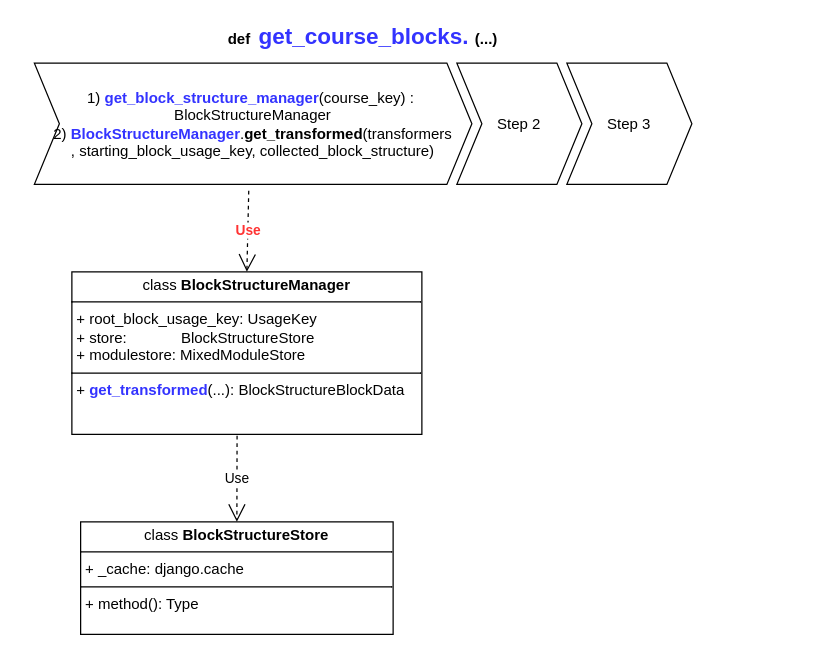
This is page "Course Blocks APIs" (2 of 2) of UMLs/LT-PlatformUML.drawio from 3BodyProblem/lt-maintenance, a draw.io file, before an edit. Source tidied: cells renumbered, new cells numbered last; positions are measured from the earlier drawing's top-left corner, leaving out a move shared by most shapes. Both pictures are drawn from the tidied source at 125%, with x=0, y=0 at pixel (21, 21).
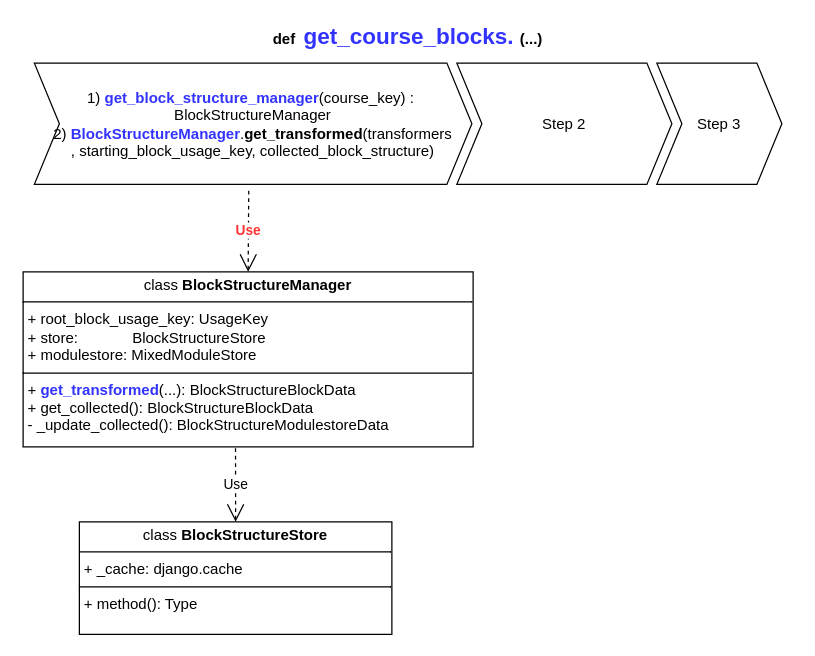
The same diagram, later.

The edit, as a diff of the source:
```diff
@@
 <mxGraphModel>
   <root>
     <mxCell id="0" />
     <mxCell id="1" parent="0" />
     <mxCell id="2" value="def&amp;nbsp;&amp;nbsp;&lt;font style=&quot;font-size: 18px;&quot; color=&quot;#3333ff&quot;&gt;get_course_blocks.&amp;nbsp;&lt;/font&gt;(...)" style="swimlane;horizontal=1;fillColor=none;strokeColor=none;stackBorder=10;align=center;whiteSpace=wrap;html=1;" parent="1" vertex="1">
-      <mxGeometry width="546" height="140" as="geometry" />
+      <mxGeometry width="618" height="140" as="geometry" />
     </mxCell>
     <mxCell id="3" value="1)&lt;b&gt; &lt;font color=&quot;#3333ff&quot;&gt;get_block_structure_manager&lt;/font&gt;&lt;/b&gt;(course_key) :&amp;nbsp;&lt;div&gt;&lt;span style=&quot;text-align: left;&quot;&gt;BlockStructureManager&lt;/span&gt;&lt;br&gt;&lt;/div&gt;&lt;div&gt;&lt;span style=&quot;text-align: left;&quot;&gt;2)&amp;nbsp;&lt;/span&gt;&lt;span style=&quot;text-align: left; background-color: initial;&quot;&gt;&lt;b&gt;&lt;font color=&quot;#3333ff&quot;&gt;BlockStructureManager&lt;/font&gt;&lt;/b&gt;.&lt;/span&gt;&lt;span style=&quot;text-align: left; background-color: initial;&quot;&gt;&lt;b&gt;get_transformed&lt;/b&gt;(transformers&lt;/span&gt;&lt;/div&gt;&lt;div&gt;&lt;span style=&quot;text-align: left; background-color: initial;&quot;&gt;, starting_block_usage_key, collected_block_structure)&lt;/span&gt;&lt;/div&gt;" style="shape=step;perimeter=stepPerimeter;fixedSize=1;points=[];whiteSpace=wrap;html=1;" parent="2" vertex="1">
       <mxGeometry x="10" y="33" width="350" height="97" as="geometry" />
     </mxCell>
     <mxCell id="4" value="Step 2" style="shape=step;perimeter=stepPerimeter;fixedSize=1;whiteSpace=wrap;html=1;" parent="2" vertex="1">
-      <mxGeometry x="348" y="33" width="100" height="97" as="geometry" />
+      <mxGeometry x="348" y="33" width="172" height="97" as="geometry" />
     </mxCell>
     <mxCell id="5" value="Step 3" style="shape=step;perimeter=stepPerimeter;fixedSize=1;whiteSpace=wrap;html=1;" parent="2" vertex="1">
-      <mxGeometry x="436" y="33" width="100" height="97" as="geometry" />
+      <mxGeometry x="508" y="33" width="100" height="97" as="geometry" />
     </mxCell>
-    <mxCell id="6" value="&lt;p style=&quot;margin:0px;margin-top:4px;text-align:center;&quot;&gt;class&lt;b&gt;&amp;nbsp;&lt;/b&gt;&lt;span style=&quot;background-color: initial; text-align: left;&quot;&gt;&lt;b&gt;BlockStructureManager&lt;/b&gt;&lt;/span&gt;&lt;/p&gt;&lt;hr size=&quot;1&quot; style=&quot;border-style:solid;&quot;&gt;&lt;p style=&quot;margin:0px;margin-left:4px;&quot;&gt;+ root_block_usage_key: UsageKey&lt;/p&gt;&lt;p style=&quot;margin:0px;margin-left:4px;&quot;&gt;+ store:&amp;nbsp; &amp;nbsp; &amp;nbsp; &amp;nbsp; &amp;nbsp; &amp;nbsp; &amp;nbsp;&lt;span style=&quot;background-color: initial;&quot;&gt;BlockStructureStore&lt;/span&gt;&lt;/p&gt;&lt;p style=&quot;margin:0px;margin-left:4px;&quot;&gt;+ modulestore:&amp;nbsp;&lt;span style=&quot;background-color: initial;&quot;&gt;MixedModuleStore&lt;/span&gt;&lt;/p&gt;&lt;hr size=&quot;1&quot; style=&quot;border-style:solid;&quot;&gt;&lt;p style=&quot;margin:0px;margin-left:4px;&quot;&gt;+ &lt;b&gt;&lt;font color=&quot;#3333ff&quot;&gt;get_transformed&lt;/font&gt;&lt;/b&gt;(...):&amp;nbsp;&lt;span style=&quot;background-color: initial;&quot;&gt;BlockStructureBlockData&lt;/span&gt;&lt;/p&gt;" style="verticalAlign=top;align=left;overflow=fill;html=1;whiteSpace=wrap;" parent="1" vertex="1">
-      <mxGeometry x="40" y="200" width="280" height="130" as="geometry" />
+    <mxCell id="6" value="&lt;p style=&quot;margin:0px;margin-top:4px;text-align:center;&quot;&gt;class&lt;b&gt;&amp;nbsp;&lt;/b&gt;&lt;span style=&quot;background-color: initial; text-align: left;&quot;&gt;&lt;b&gt;BlockStructureManager&lt;/b&gt;&lt;/span&gt;&lt;/p&gt;&lt;hr size=&quot;1&quot; style=&quot;border-style:solid;&quot;&gt;&lt;p style=&quot;margin:0px;margin-left:4px;&quot;&gt;+ root_block_usage_key: UsageKey&lt;/p&gt;&lt;p style=&quot;margin:0px;margin-left:4px;&quot;&gt;+ store:&amp;nbsp; &amp;nbsp; &amp;nbsp; &amp;nbsp; &amp;nbsp; &amp;nbsp; &amp;nbsp;&lt;span style=&quot;background-color: initial;&quot;&gt;BlockStructureStore&lt;/span&gt;&lt;/p&gt;&lt;p style=&quot;margin:0px;margin-left:4px;&quot;&gt;+ modulestore:&amp;nbsp;&lt;span style=&quot;background-color: initial;&quot;&gt;MixedModuleStore&lt;/span&gt;&lt;/p&gt;&lt;hr size=&quot;1&quot; style=&quot;border-style:solid;&quot;&gt;&lt;p style=&quot;margin:0px;margin-left:4px;&quot;&gt;+ &lt;b&gt;&lt;font color=&quot;#3333ff&quot;&gt;get_transformed&lt;/font&gt;&lt;/b&gt;(...):&amp;nbsp;&lt;span style=&quot;background-color: initial;&quot;&gt;BlockStructureBlockData&lt;/span&gt;&lt;/p&gt;&lt;p style=&quot;margin:0px;margin-left:4px;&quot;&gt;&lt;span style=&quot;background-color: initial;&quot;&gt;+&amp;nbsp;&lt;/span&gt;&lt;span style=&quot;background-color: initial;&quot;&gt;get_collected():&lt;/span&gt;&lt;span style=&quot;background-color: initial;&quot;&gt;&amp;nbsp;BlockStructureBlockData&lt;/span&gt;&lt;/p&gt;&lt;p style=&quot;margin:0px;margin-left:4px;&quot;&gt;&lt;span style=&quot;background-color: initial;&quot;&gt;-&amp;nbsp;&lt;/span&gt;&lt;span style=&quot;background-color: initial;&quot;&gt;_update_collected():&amp;nbsp;&lt;/span&gt;&lt;span style=&quot;background-color: initial;&quot;&gt;BlockStructureModulestoreData&lt;/span&gt;&lt;/p&gt;" style="verticalAlign=top;align=left;overflow=fill;html=1;whiteSpace=wrap;" parent="1" vertex="1">
+      <mxGeometry x="1" y="200" width="360" height="140" as="geometry" />
     </mxCell>
     <mxCell id="7" value="&lt;b&gt;&lt;font color=&quot;#ff3333&quot;&gt;Use&lt;/font&gt;&lt;/b&gt;" style="endArrow=open;endSize=12;dashed=1;html=1;rounded=0;exitX=0.49;exitY=1.053;exitDx=0;exitDy=0;exitPerimeter=0;entryX=0.5;entryY=0;entryDx=0;entryDy=0;" parent="1" edge="1" source="3" target="6">
       <mxGeometry relative="1" as="geometry" />
     </mxCell>
     <mxCell id="8" value="&lt;p style=&quot;margin:0px;margin-top:4px;text-align:center;&quot;&gt;class&lt;b&gt;&amp;nbsp;&lt;/b&gt;&lt;span style=&quot;background-color: initial; text-align: left;&quot;&gt;&lt;b&gt;BlockStructureStore&lt;/b&gt;&lt;/span&gt;&lt;/p&gt;&lt;hr size=&quot;1&quot; style=&quot;border-style:solid;&quot;&gt;&lt;p style=&quot;margin:0px;margin-left:4px;&quot;&gt;+ _cache: django.cache&lt;/p&gt;&lt;hr size=&quot;1&quot; style=&quot;border-style:solid;&quot;&gt;&lt;p style=&quot;margin:0px;margin-left:4px;&quot;&gt;+ method(): Type&lt;/p&gt;" style="verticalAlign=top;align=left;overflow=fill;html=1;whiteSpace=wrap;" parent="1" vertex="1">
-      <mxGeometry x="47" y="400" width="250" height="90" as="geometry" />
+      <mxGeometry x="46" y="400" width="250" height="90" as="geometry" />
     </mxCell>
     <mxCell id="9" value="Use" style="endArrow=open;endSize=12;dashed=1;html=1;rounded=0;exitX=0.472;exitY=1.008;exitDx=0;exitDy=0;exitPerimeter=0;entryX=0.5;entryY=0;entryDx=0;entryDy=0;" parent="1" edge="1" source="6" target="8">
       <mxGeometry relative="1" as="geometry" />
     </mxCell>
   </root>
 </mxGraphModel>
```
